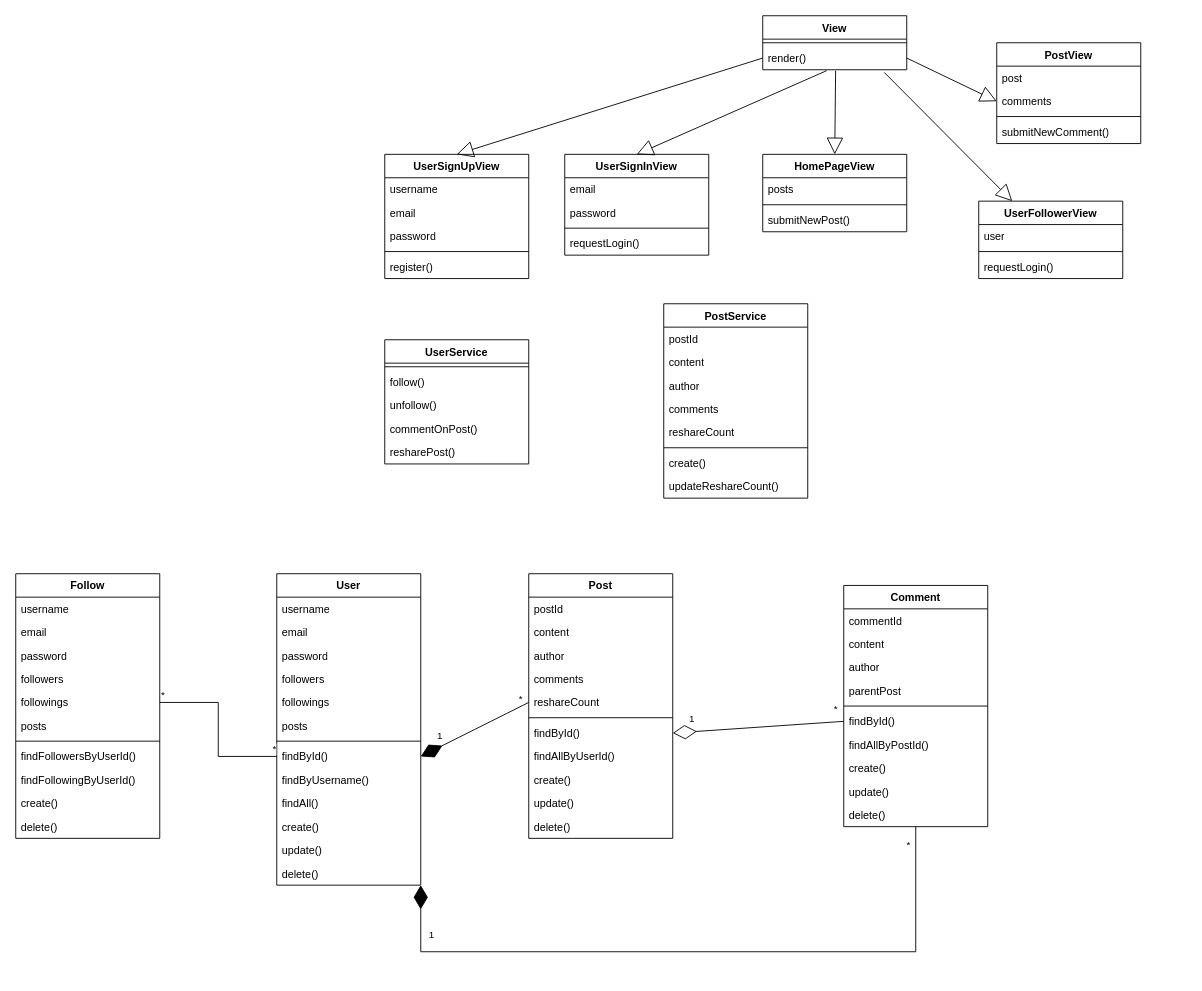
Earlier version of the draw.io diagram social_network.drawio (jilv220/UMLs). Source tidied: cells renumbered, new cells numbered last; positions are measured from the earlier drawing's top-left corner, leaving out a move shared by most shapes. Both pictures are drawn from the tidied source at 90%, with x=0, y=0 at pixel (15, 15).
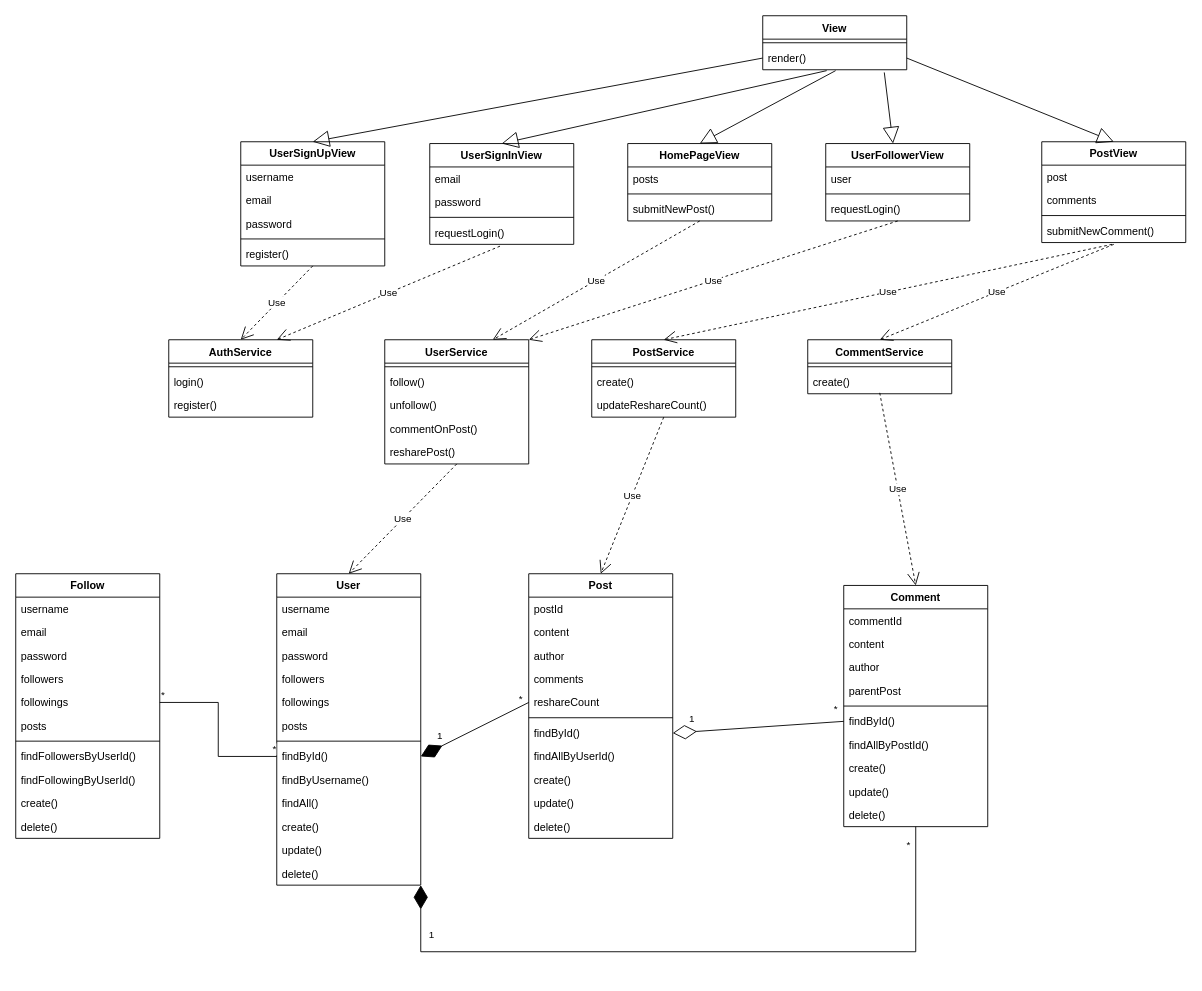
Above is the later version.

The change refers to these unchanged cells:
```xml
<mxCell id="2" value="User" style="swimlane;fontStyle=1;align=center;verticalAlign=top;horizontal=1;startSize=26;whiteSpace=wrap;html=1;" parent="1" vertex="1">
  <mxGeometry x="290" y="620" width="160" height="346" as="geometry" />
</mxCell>
<mxCell id="16" value="Comment" style="swimlane;fontStyle=1;align=center;verticalAlign=top;horizontal=1;startSize=26;whiteSpace=wrap;html=1;" parent="1" vertex="1">
  <mxGeometry x="920" y="633" width="160" height="268" as="geometry" />
</mxCell>
<mxCell id="27" value="Post" style="swimlane;fontStyle=1;align=center;verticalAlign=top;horizontal=1;startSize=26;whiteSpace=wrap;html=1;" parent="1" vertex="1">
  <mxGeometry x="570" y="620" width="160" height="294" as="geometry" />
</mxCell>
<mxCell id="43" value="requestLogin()" style="text;strokeColor=none;fillColor=none;align=left;verticalAlign=top;spacingLeft=4;spacingRight=4;overflow=hidden;points=[[0,0.5],[1,0.5]];portConstraint=eastwest;whiteSpace=wrap;html=1;" parent="39" vertex="1">
  <mxGeometry y="86" width="160" height="26" as="geometry" />
</mxCell>
<mxCell id="46" value="render()" style="text;strokeColor=none;fillColor=none;align=left;verticalAlign=top;spacingLeft=4;spacingRight=4;overflow=hidden;points=[[0,0.5],[1,0.5]];portConstraint=eastwest;whiteSpace=wrap;html=1;" parent="44" vertex="1">
  <mxGeometry y="34" width="160" height="26" as="geometry" />
</mxCell>
<mxCell id="55" value="comments" style="text;strokeColor=none;fillColor=none;align=left;verticalAlign=top;spacingLeft=4;spacingRight=4;overflow=hidden;points=[[0,0.5],[1,0.5]];portConstraint=eastwest;whiteSpace=wrap;html=1;" parent="53" vertex="1">
  <mxGeometry y="52" width="160" height="26" as="geometry" />
</mxCell>
<mxCell id="57" value="submitNewComment()" style="text;strokeColor=none;fillColor=none;align=left;verticalAlign=top;spacingLeft=4;spacingRight=4;overflow=hidden;points=[[0,0.5],[1,0.5]];portConstraint=eastwest;whiteSpace=wrap;html=1;" parent="53" vertex="1">
  <mxGeometry y="86" width="160" height="26" as="geometry" />
</mxCell>
<mxCell id="71" value="UserService" style="swimlane;fontStyle=1;align=center;verticalAlign=top;horizontal=1;startSize=26;whiteSpace=wrap;html=1;" parent="1" vertex="1">
  <mxGeometry x="410" y="360" width="160" height="138" as="geometry" />
</mxCell>
```

Change to the diagram source:
```diff
@@
     <mxCell id="39" value="UserSignInView" style="swimlane;fontStyle=1;align=center;verticalAlign=top;horizontal=1;startSize=26;whiteSpace=wrap;html=1;" parent="1" vertex="1">
-      <mxGeometry x="610" y="154" width="160" height="112" as="geometry" />
+      <mxGeometry x="460" y="142" width="160" height="112" as="geometry" />
     </mxCell>
@@
     <mxCell id="48" value="HomePageView" style="swimlane;fontStyle=1;align=center;verticalAlign=top;horizontal=1;startSize=26;whiteSpace=wrap;html=1;" parent="1" vertex="1">
-      <mxGeometry x="830" y="154" width="160" height="86" as="geometry" />
+      <mxGeometry x="680" y="142" width="160" height="86" as="geometry" />
     </mxCell>
@@
     <mxCell id="53" value="PostView" style="swimlane;fontStyle=1;align=center;verticalAlign=top;horizontal=1;startSize=26;whiteSpace=wrap;html=1;" parent="1" vertex="1">
-      <mxGeometry x="1090" y="30" width="160" height="112" as="geometry" />
+      <mxGeometry x="1140" y="140" width="160" height="112" as="geometry" />
     </mxCell>
@@
     <mxCell id="58" value="UserFollowerView" style="swimlane;fontStyle=1;align=center;verticalAlign=top;horizontal=1;startSize=26;whiteSpace=wrap;html=1;" parent="1" vertex="1">
-      <mxGeometry x="1070" y="206" width="160" height="86" as="geometry" />
+      <mxGeometry x="900" y="142" width="160" height="86" as="geometry" />
     </mxCell>
@@
-    <mxCell id="62" style="endArrow=block;endSize=16;endFill=0;html=1;rounded=0;entryX=0;entryY=0.5;entryDx=0;entryDy=0;exitX=1;exitY=0.5;exitDx=0;exitDy=0;" parent="1" edge="1" source="46" target="55">
+    <mxCell id="62" style="endArrow=block;endSize=16;endFill=0;html=1;rounded=0;entryX=0.5;entryY=0;entryDx=0;entryDy=0;exitX=1;exitY=0.5;exitDx=0;exitDy=0;" parent="1" edge="1" source="46" target="53">
       <mxGeometry relative="1" as="geometry" />
     </mxCell>
     <mxCell id="63" value="UserSignUpView" style="swimlane;fontStyle=1;align=center;verticalAlign=top;horizontal=1;startSize=26;whiteSpace=wrap;html=1;" parent="1" vertex="1">
-      <mxGeometry x="410" y="154" width="160" height="138" as="geometry" />
+      <mxGeometry x="250" y="140" width="160" height="138" as="geometry" />
     </mxCell>
@@
     <mxCell id="77" value="PostService" style="swimlane;fontStyle=1;align=center;verticalAlign=top;horizontal=1;startSize=26;whiteSpace=wrap;html=1;" parent="1" vertex="1">
-      <mxGeometry x="720" y="320" width="160" height="216" as="geometry" />
+      <mxGeometry x="640" y="360" width="160" height="86" as="geometry" />
     </mxCell>
-    <mxCell id="78" value="postId" style="text;strokeColor=none;fillColor=none;align=left;verticalAlign=top;spacingLeft=4;spacingRight=4;overflow=hidden;whiteSpace=wrap;html=1;" parent="77" vertex="1">
-      <mxGeometry y="26" width="160" height="26" as="geometry" />
-    </mxCell>
-    <mxCell id="79" value="content" style="text;strokeColor=none;fillColor=none;align=left;verticalAlign=top;spacingLeft=4;spacingRight=4;overflow=hidden;whiteSpace=wrap;html=1;" parent="77" vertex="1">
-      <mxGeometry y="52" width="160" height="26" as="geometry" />
-    </mxCell>
-    <mxCell id="80" value="author" style="text;strokeColor=none;fillColor=none;align=left;verticalAlign=top;spacingLeft=4;spacingRight=4;overflow=hidden;whiteSpace=wrap;html=1;" parent="77" vertex="1">
-      <mxGeometry y="78" width="160" height="26" as="geometry" />
-    </mxCell>
-    <mxCell id="81" value="comments" style="text;strokeColor=none;fillColor=none;align=left;verticalAlign=top;spacingLeft=4;spacingRight=4;overflow=hidden;whiteSpace=wrap;html=1;" parent="77" vertex="1">
-      <mxGeometry y="104" width="160" height="26" as="geometry" />
-    </mxCell>
-    <mxCell id="82" value="reshareCount" style="text;strokeColor=none;fillColor=none;align=left;verticalAlign=top;spacingLeft=4;spacingRight=4;overflow=hidden;whiteSpace=wrap;html=1;" parent="77" vertex="1">
-      <mxGeometry y="130" width="160" height="26" as="geometry" />
-    </mxCell>
     <mxCell id="83" style="line;strokeWidth=1;fillColor=none;align=left;verticalAlign=middle;spacingTop=-1;spacingLeft=3;spacingRight=3;labelPosition=right;strokeColor=inherit;" parent="77" vertex="1">
-      <mxGeometry y="156" width="160" height="8" as="geometry" />
+      <mxGeometry y="26" width="160" height="8" as="geometry" />
     </mxCell>
     <mxCell id="84" value="create()" style="text;strokeColor=none;fillColor=none;align=left;verticalAlign=top;spacingLeft=4;spacingRight=4;overflow=hidden;whiteSpace=wrap;html=1;" parent="77" vertex="1">
-      <mxGeometry y="164" width="160" height="26" as="geometry" />
+      <mxGeometry y="34" width="160" height="26" as="geometry" />
     </mxCell>
     <mxCell id="85" value="updateReshareCount()" style="text;strokeColor=none;fillColor=none;align=left;verticalAlign=top;spacingLeft=4;spacingRight=4;overflow=hidden;whiteSpace=wrap;html=1;" parent="77" vertex="1">
-      <mxGeometry y="190" width="160" height="26" as="geometry" />
+      <mxGeometry y="60" width="160" height="26" as="geometry" />
     </mxCell>
@@
+    <mxCell id="110" value="Use" style="endArrow=open;endSize=12;dashed=1;html=1;rounded=0;exitX=0.5;exitY=1;exitDx=0;exitDy=0;entryX=0.5;entryY=0;entryDx=0;entryDy=0;" parent="1" edge="1" source="71" target="2">
+      <mxGeometry relative="1" as="geometry" />
+    </mxCell>
+    <mxCell id="111" value="Use" style="endArrow=open;endSize=12;dashed=1;html=1;rounded=0;exitX=0.5;exitY=1;exitDx=0;exitDy=0;entryX=0.5;entryY=0;entryDx=0;entryDy=0;" parent="1" edge="1" source="77" target="27">
+      <mxGeometry relative="1" as="geometry" />
+    </mxCell>
+    <mxCell id="112" value="CommentService" style="swimlane;fontStyle=1;align=center;verticalAlign=top;horizontal=1;startSize=26;whiteSpace=wrap;html=1;" parent="1" vertex="1">
+      <mxGeometry x="880" y="360" width="160" height="60" as="geometry" />
+    </mxCell>
+    <mxCell id="113" style="line;strokeWidth=1;fillColor=none;align=left;verticalAlign=middle;spacingTop=-1;spacingLeft=3;spacingRight=3;labelPosition=right;strokeColor=inherit;" parent="112" vertex="1">
+      <mxGeometry y="26" width="160" height="8" as="geometry" />
+    </mxCell>
+    <mxCell id="114" value="create()" style="text;strokeColor=none;fillColor=none;align=left;verticalAlign=top;spacingLeft=4;spacingRight=4;overflow=hidden;points=[[0,0.5],[1,0.5]];portConstraint=eastwest;whiteSpace=wrap;html=1;" parent="112" vertex="1">
+      <mxGeometry y="34" width="160" height="26" as="geometry" />
+    </mxCell>
+    <mxCell id="115" value="Use" style="endArrow=open;endSize=12;dashed=1;html=1;rounded=0;entryX=0.5;entryY=0;entryDx=0;entryDy=0;exitX=0.5;exitY=0.962;exitDx=0;exitDy=0;exitPerimeter=0;" parent="1" edge="1" source="114" target="16">
+      <mxGeometry relative="1" as="geometry" />
+    </mxCell>
+    <mxCell id="116" value="Use" style="endArrow=open;endSize=12;dashed=1;html=1;rounded=0;exitX=0.5;exitY=1;exitDx=0;exitDy=0;entryX=0.75;entryY=0;entryDx=0;entryDy=0;" parent="1" edge="1" source="48" target="71">
+      <mxGeometry relative="1" as="geometry" />
+    </mxCell>
+    <mxCell id="117" value="Use" style="endArrow=open;endSize=12;dashed=1;html=1;rounded=0;exitX=0.5;exitY=1;exitDx=0;exitDy=0;entryX=1;entryY=0;entryDx=0;entryDy=0;" parent="1" edge="1" source="58" target="71">
+      <mxGeometry relative="1" as="geometry" />
+    </mxCell>
+    <mxCell id="118" value="Use" style="endArrow=open;endSize=12;dashed=1;html=1;rounded=0;exitX=0.488;exitY=1.077;exitDx=0;exitDy=0;entryX=0.5;entryY=0;entryDx=0;entryDy=0;exitPerimeter=0;" parent="1" edge="1" source="57" target="77">
+      <mxGeometry relative="1" as="geometry" />
+    </mxCell>
+    <mxCell id="119" value="Use" style="endArrow=open;endSize=12;dashed=1;html=1;rounded=0;exitX=0.5;exitY=1.077;exitDx=0;exitDy=0;entryX=0.5;entryY=0;entryDx=0;entryDy=0;exitPerimeter=0;" parent="1" edge="1" source="57" target="112">
+      <mxGeometry relative="1" as="geometry" />
+    </mxCell>
+    <mxCell id="120" value="AuthService" style="swimlane;fontStyle=1;align=center;verticalAlign=top;horizontal=1;startSize=26;whiteSpace=wrap;html=1;" parent="1" vertex="1">
+      <mxGeometry x="170" y="360" width="160" height="86" as="geometry" />
+    </mxCell>
+    <mxCell id="121" style="line;strokeWidth=1;fillColor=none;align=left;verticalAlign=middle;spacingTop=-1;spacingLeft=3;spacingRight=3;labelPosition=right;strokeColor=inherit;" parent="120" vertex="1">
+      <mxGeometry y="26" width="160" height="8" as="geometry" />
+    </mxCell>
+    <mxCell id="122" value="login()" style="text;strokeColor=none;fillColor=none;align=left;verticalAlign=top;spacingLeft=4;spacingRight=4;overflow=hidden;whiteSpace=wrap;html=1;" parent="120" vertex="1">
+      <mxGeometry y="34" width="160" height="26" as="geometry" />
+    </mxCell>
+    <mxCell id="123" value="register()" style="text;strokeColor=none;fillColor=none;align=left;verticalAlign=top;spacingLeft=4;spacingRight=4;overflow=hidden;whiteSpace=wrap;html=1;" parent="120" vertex="1">
+      <mxGeometry y="60" width="160" height="26" as="geometry" />
+    </mxCell>
+    <mxCell id="124" value="Use" style="endArrow=open;endSize=12;dashed=1;html=1;rounded=0;exitX=0.5;exitY=1;exitDx=0;exitDy=0;entryX=0.5;entryY=0;entryDx=0;entryDy=0;" parent="1" edge="1" source="63" target="120">
+      <mxGeometry relative="1" as="geometry" />
+    </mxCell>
+    <mxCell id="125" value="Use" style="endArrow=open;endSize=12;dashed=1;html=1;rounded=0;exitX=0.488;exitY=1.077;exitDx=0;exitDy=0;entryX=0.75;entryY=0;entryDx=0;entryDy=0;exitPerimeter=0;" parent="1" edge="1" source="43" target="120">
+      <mxGeometry relative="1" as="geometry" />
+    </mxCell>
```
